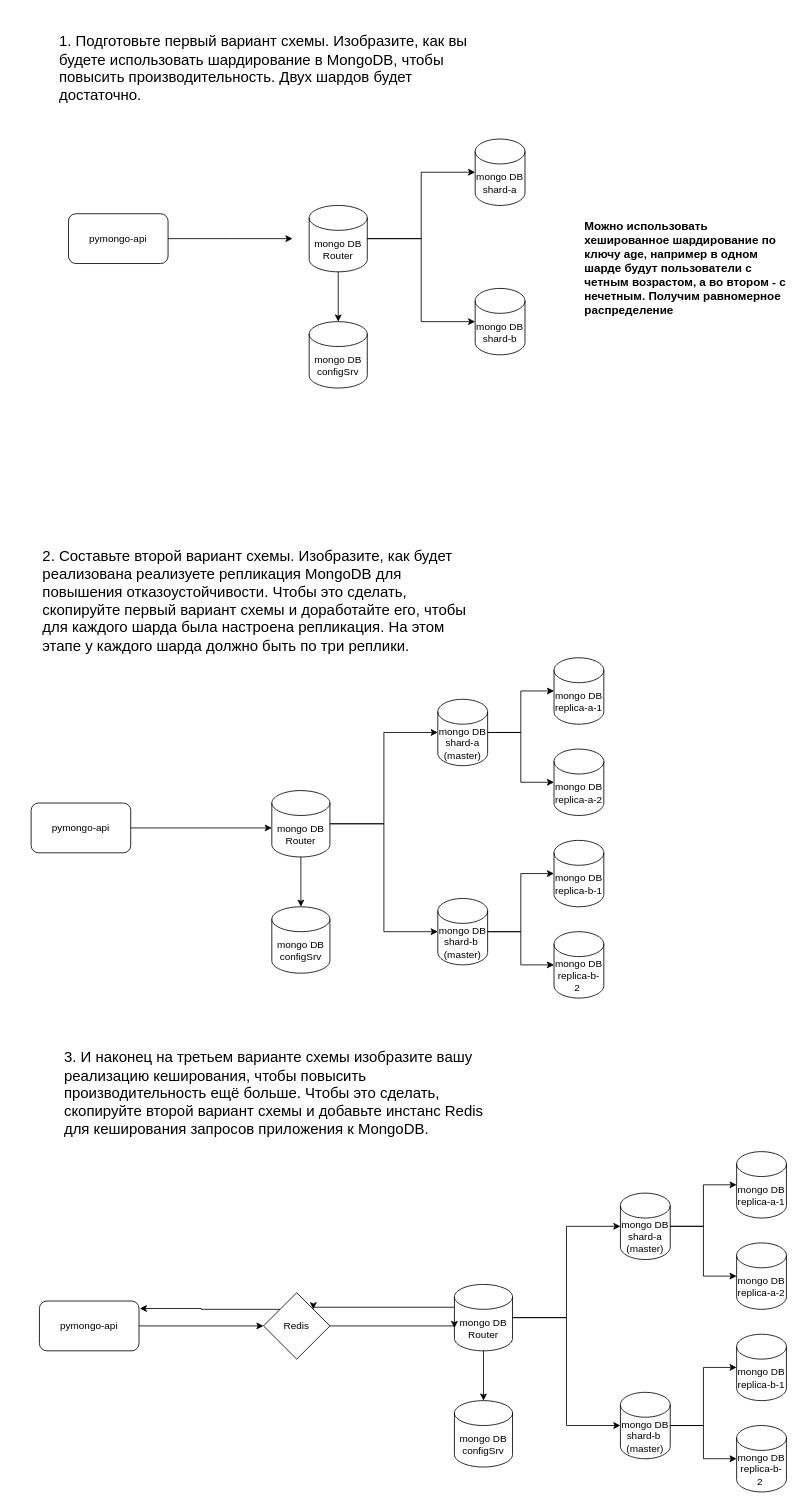
This is task1.drawio from Spetruk/architecture-black_friday, a draw.io file, before an edit. Source tidied: cells renumbered, new cells numbered last; positions are measured from the earlier drawing's top-left corner, leaving out a move shared by most shapes. Both pictures are drawn from the tidied source at 83%, with x=0, y=0 at pixel (14, 14).
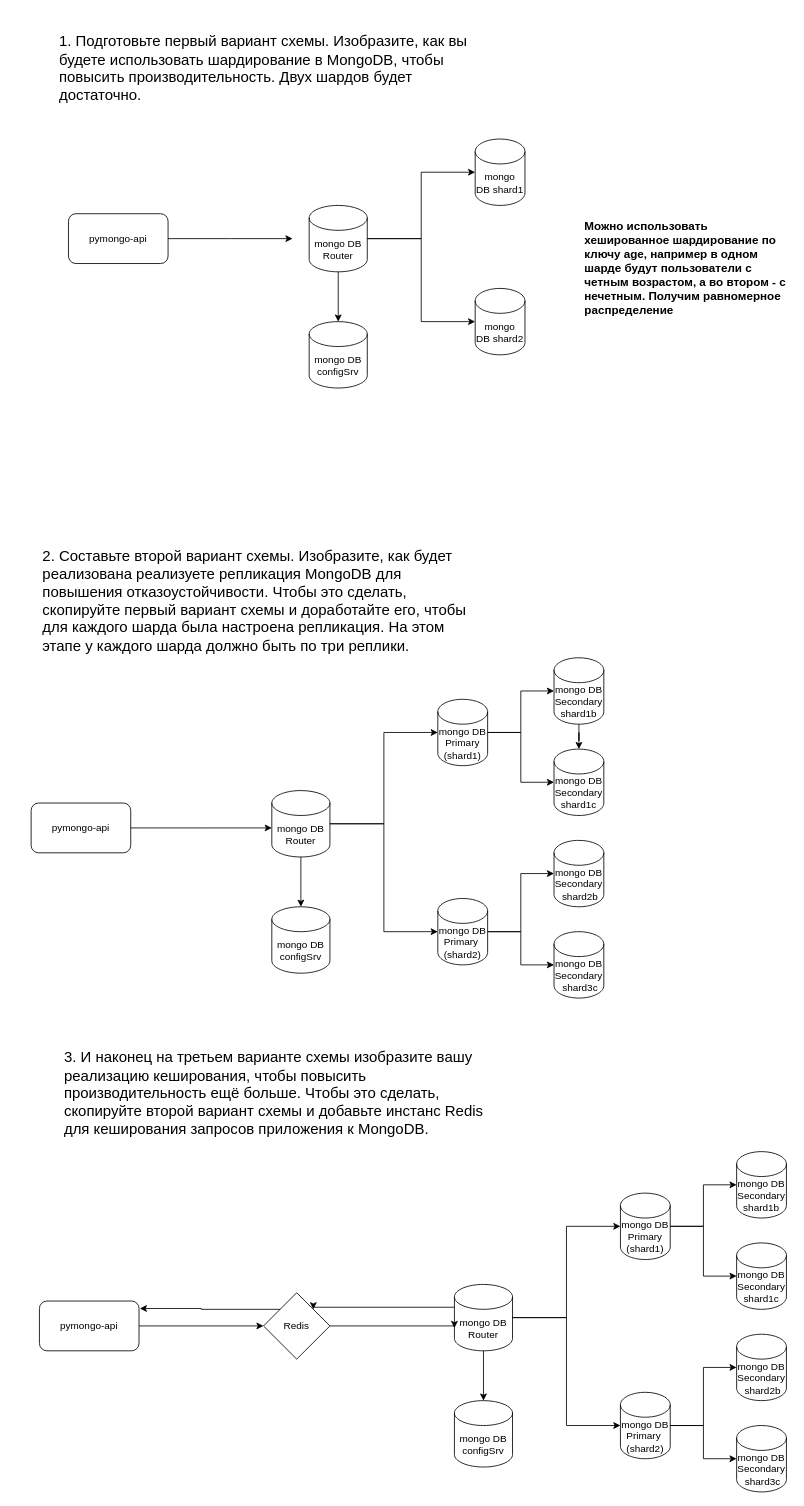
Above is the later version.

The change refers to these unchanged cells:
```xml
<mxCell id="2" style="group;strokeColor=none;perimeterSpacing=13;" parent="1" vertex="1">
  <mxGeometry x="45" width="890" height="450" as="geometry" />
</mxCell>
```

What changed in the source:
```diff
@@
-    <mxCell id="7" value="mongo DB shard-a" style="shape=cylinder3;whiteSpace=wrap;html=1;boundedLbl=1;backgroundOutline=1;size=15;" parent="2" vertex="1">
+    <mxCell id="7" value="mongo DB&amp;nbsp;shard1" style="shape=cylinder3;whiteSpace=wrap;html=1;boundedLbl=1;backgroundOutline=1;size=15;" parent="2" vertex="1">
       <mxGeometry x="510" y="150" width="60" height="80" as="geometry" />
     </mxCell>
@@
-    <mxCell id="9" value="mongo DB shard-b" style="shape=cylinder3;whiteSpace=wrap;html=1;boundedLbl=1;backgroundOutline=1;size=15;" parent="2" vertex="1">
+    <mxCell id="9" value="mongo DB&amp;nbsp;shard2" style="shape=cylinder3;whiteSpace=wrap;html=1;boundedLbl=1;backgroundOutline=1;size=15;" parent="2" vertex="1">
       <mxGeometry x="510" y="330" width="60" height="80" as="geometry" />
     </mxCell>
@@
-    <mxCell id="19" value="mongo DB shard-a (master)" style="shape=cylinder3;whiteSpace=wrap;html=1;boundedLbl=1;backgroundOutline=1;size=15;" parent="1" vertex="1">
+    <mxCell id="19" value="mongo DB Primary (shard1&lt;span style=&quot;background-color: initial;&quot;&gt;)&lt;/span&gt;" style="shape=cylinder3;whiteSpace=wrap;html=1;boundedLbl=1;backgroundOutline=1;size=15;" parent="1" vertex="1">
       <mxGeometry x="730" y="1420" width="60" height="80" as="geometry" />
     </mxCell>
@@
-    <mxCell id="21" value="mongo DB&lt;br&gt;shard-b&amp;nbsp; (master)" style="shape=cylinder3;whiteSpace=wrap;html=1;boundedLbl=1;backgroundOutline=1;size=15;" parent="1" vertex="1">
+    <mxCell id="21" value="mongo DB&lt;br style=&quot;border-color: var(--border-color);&quot;&gt;Primary&amp;nbsp; (shard2&lt;span style=&quot;background-color: initial;&quot;&gt;)&lt;/span&gt;" style="shape=cylinder3;whiteSpace=wrap;html=1;boundedLbl=1;backgroundOutline=1;size=15;" parent="1" vertex="1">
       <mxGeometry x="730" y="1660" width="60" height="80" as="geometry" />
     </mxCell>
@@
-    <mxCell id="25" value="mongo DB replica-a-2" style="shape=cylinder3;whiteSpace=wrap;html=1;boundedLbl=1;backgroundOutline=1;size=15;" parent="1" vertex="1">
+    <mxCell id="25" value="mongo DB&lt;br style=&quot;border-color: var(--border-color);&quot;&gt;Secondary&lt;br style=&quot;border-color: var(--border-color);&quot;&gt;shard1c" style="shape=cylinder3;whiteSpace=wrap;html=1;boundedLbl=1;backgroundOutline=1;size=15;" parent="1" vertex="1">
       <mxGeometry x="870" y="1480" width="60" height="80" as="geometry" />
     </mxCell>
@@
-    <mxCell id="30" value="mongo DB replica-b-1" style="shape=cylinder3;whiteSpace=wrap;html=1;boundedLbl=1;backgroundOutline=1;size=15;" parent="1" vertex="1">
+    <mxCell id="30" value="mongo DB&lt;br style=&quot;border-color: var(--border-color);&quot;&gt;Secondary&lt;br style=&quot;border-color: var(--border-color);&quot;&gt;&amp;nbsp;shard2b" style="shape=cylinder3;whiteSpace=wrap;html=1;boundedLbl=1;backgroundOutline=1;size=15;" parent="1" vertex="1">
       <mxGeometry x="870" y="1590" width="60" height="80" as="geometry" />
     </mxCell>
-    <mxCell id="31" value="mongo DB replica-b-2&amp;nbsp;" style="shape=cylinder3;whiteSpace=wrap;html=1;boundedLbl=1;backgroundOutline=1;size=15;" parent="1" vertex="1">
+    <mxCell id="31" value="mongo DB&lt;br style=&quot;border-color: var(--border-color);&quot;&gt;Secondary&lt;br style=&quot;border-color: var(--border-color);&quot;&gt;&amp;nbsp;shard3c" style="shape=cylinder3;whiteSpace=wrap;html=1;boundedLbl=1;backgroundOutline=1;size=15;" parent="1" vertex="1">
       <mxGeometry x="870" y="1700" width="60" height="80" as="geometry" />
     </mxCell>
@@
-    <mxCell id="33" value="mongo DB replica-a-1" style="shape=cylinder3;whiteSpace=wrap;html=1;boundedLbl=1;backgroundOutline=1;size=15;" parent="1" vertex="1">
+    <mxCell id="33" value="mongo DB&lt;br style=&quot;border-color: var(--border-color);&quot;&gt;Secondary shard1b" style="shape=cylinder3;whiteSpace=wrap;html=1;boundedLbl=1;backgroundOutline=1;size=15;" parent="1" vertex="1">
       <mxGeometry x="870" y="1370" width="60" height="80" as="geometry" />
     </mxCell>
@@
-    <mxCell id="41" value="mongo DB shard-a (master)" style="shape=cylinder3;whiteSpace=wrap;html=1;boundedLbl=1;backgroundOutline=1;size=15;" parent="1" vertex="1">
+    <mxCell id="41" value="mongo DB Primary (shard1&lt;span style=&quot;background-color: initial;&quot;&gt;)&lt;/span&gt;" style="shape=cylinder3;whiteSpace=wrap;html=1;boundedLbl=1;backgroundOutline=1;size=15;" parent="1" vertex="1">
       <mxGeometry x="510" y="825" width="60" height="80" as="geometry" />
     </mxCell>
@@
-    <mxCell id="43" value="mongo DB&lt;br&gt;shard-b&amp;nbsp; (master)" style="shape=cylinder3;whiteSpace=wrap;html=1;boundedLbl=1;backgroundOutline=1;size=15;" parent="1" vertex="1">
+    <mxCell id="43" value="mongo DB&lt;br&gt;Primary&amp;nbsp; (shard2&lt;span style=&quot;background-color: initial;&quot;&gt;)&lt;/span&gt;" style="shape=cylinder3;whiteSpace=wrap;html=1;boundedLbl=1;backgroundOutline=1;size=15;" parent="1" vertex="1">
       <mxGeometry x="510" y="1065" width="60" height="80" as="geometry" />
     </mxCell>
@@
-    <mxCell id="47" value="mongo DB replica-a-2" style="shape=cylinder3;whiteSpace=wrap;html=1;boundedLbl=1;backgroundOutline=1;size=15;" parent="1" vertex="1">
+    <mxCell id="47" value="mongo DB&lt;br&gt;Secondary&lt;br&gt;shard1c" style="shape=cylinder3;whiteSpace=wrap;html=1;boundedLbl=1;backgroundOutline=1;size=15;" parent="1" vertex="1">
       <mxGeometry x="650" y="885" width="60" height="80" as="geometry" />
     </mxCell>
@@
-    <mxCell id="52" value="mongo DB replica-b-1" style="shape=cylinder3;whiteSpace=wrap;html=1;boundedLbl=1;backgroundOutline=1;size=15;" parent="1" vertex="1">
+    <mxCell id="52" value="mongo DB&lt;br&gt;Secondary&lt;br&gt;&amp;nbsp;shard2b" style="shape=cylinder3;whiteSpace=wrap;html=1;boundedLbl=1;backgroundOutline=1;size=15;" parent="1" vertex="1">
       <mxGeometry x="650" y="995" width="60" height="80" as="geometry" />
     </mxCell>
-    <mxCell id="53" value="mongo DB replica-b-2&amp;nbsp;" style="shape=cylinder3;whiteSpace=wrap;html=1;boundedLbl=1;backgroundOutline=1;size=15;" parent="1" vertex="1">
+    <mxCell id="53" value="mongo DB&lt;br&gt;Secondary&lt;br&gt;&amp;nbsp;shard3c" style="shape=cylinder3;whiteSpace=wrap;html=1;boundedLbl=1;backgroundOutline=1;size=15;" parent="1" vertex="1">
       <mxGeometry x="650" y="1105" width="60" height="80" as="geometry" />
     </mxCell>
+    <mxCell id="55" style="edgeStyle=orthogonalEdgeStyle;rounded=0;jettySize=auto;html=1;" parent="1" edge="1" source="54" target="47">
+      <mxGeometry relative="1" as="geometry" />
+    </mxCell>
-    <mxCell id="54" value="mongo DB replica-a-1" style="shape=cylinder3;whiteSpace=wrap;html=1;boundedLbl=1;backgroundOutline=1;size=15;" parent="1" vertex="1">
+    <mxCell id="54" value="mongo DB&lt;br&gt;Secondary shard1b" style="shape=cylinder3;whiteSpace=wrap;html=1;boundedLbl=1;backgroundOutline=1;size=15;" parent="1" vertex="1">
       <mxGeometry x="650" y="775" width="60" height="80" as="geometry" />
     </mxCell>
```
